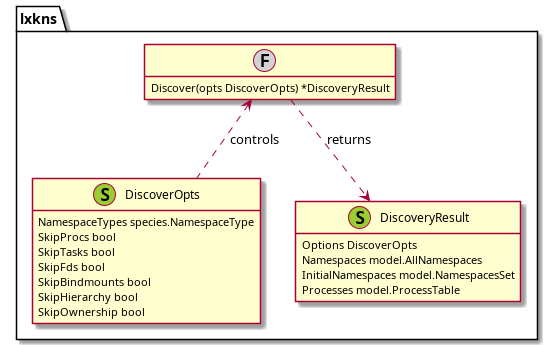
thediveo/lxkns keeps this PlantUML diagram as docs/_images/namespaces-discovery.png. Above is the earlier version.
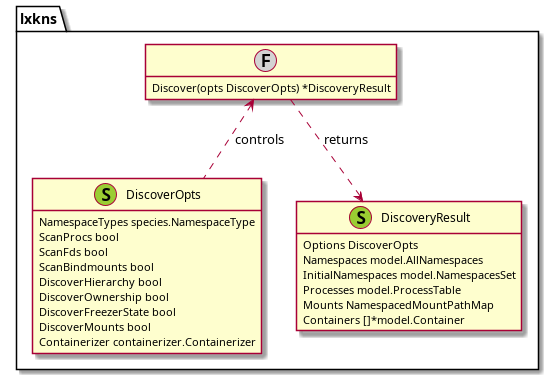
Later version of the same file.

What changed in the source:
```diff
@@ -13,12 +13,14 @@
 
   class "DiscoverOpts" <<(S,YellowGreen)>> {
     NamespaceTypes species.NamespaceType
-    SkipProcs bool
-    SkipTasks bool
-    SkipFds bool
-    SkipBindmounts bool
-    SkipHierarchy bool
-    SkipOwnership bool
+    ScanProcs bool
+    ScanFds bool
+    ScanBindmounts bool
+    DiscoverHierarchy bool
+    DiscoverOwnership bool
+    DiscoverFreezerState bool
+    DiscoverMounts bool
+    Containerizer containerizer.Containerizer
   }
 
   class "DiscoveryResult" <<(S,YellowGreen)>> {
@@ -26,6 +28,8 @@
     Namespaces model.AllNamespaces
     InitialNamespaces model.NamespacesSet
     Processes model.ProcessTable
+    Mounts NamespacedMountPathMap
+    Containers []*model.Container
   }
 
 }
```
